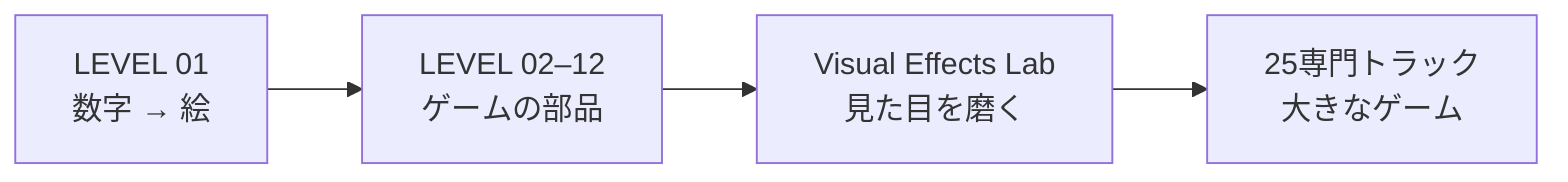
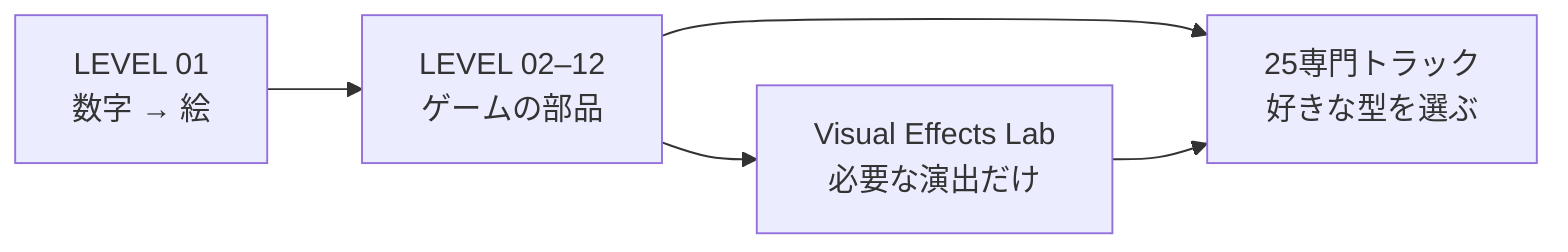
flowchart LR
  start["LEVEL 01<br/>数字 → 絵"]
  core["LEVEL 02–12<br/>ゲームの部品"]
-   vfx["Visual Effects Lab<br/>見た目を磨く"]
-   tracks["25専門トラック<br/>大きなゲーム"]
+   vfx["Visual Effects Lab<br/>必要な演出だけ"]
+   tracks["25専門トラック<br/>好きな型を選ぶ"]
  start --> core
  core --> vfx
+   core --> tracks
  vfx --> tracks
